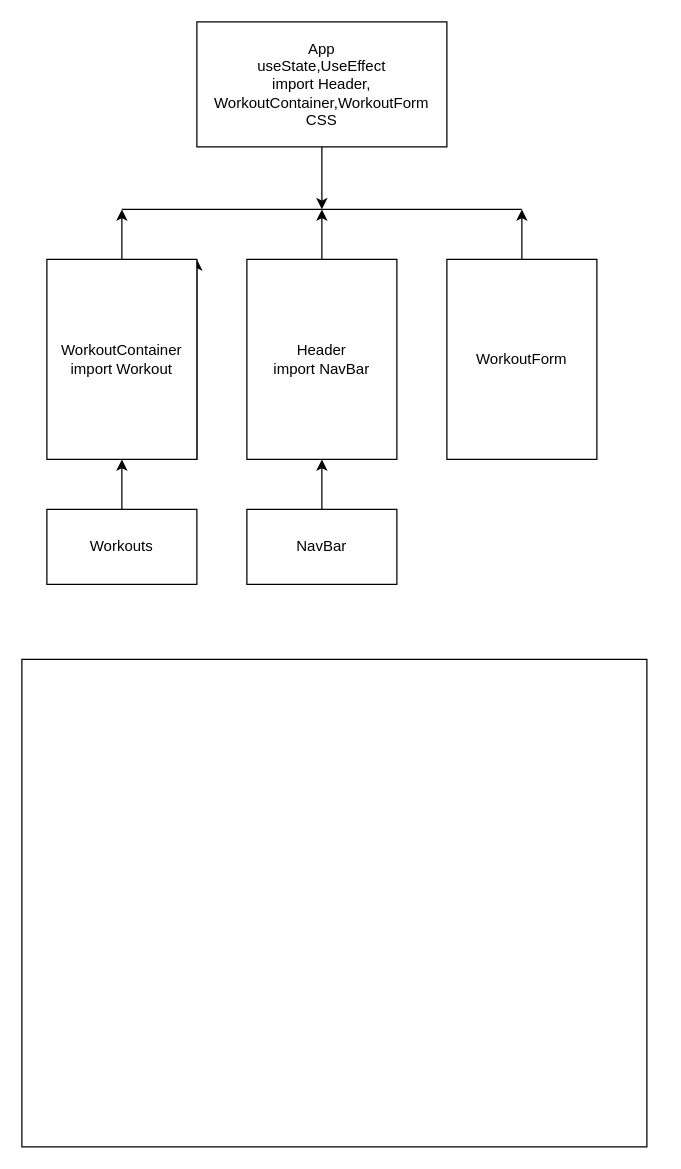
The draw.io diagram .drawio in kennethlatour/Victory-React-Project, before the edit. Source tidied: cells renumbered, new cells numbered last; positions are measured from the earlier drawing's top-left corner, leaving out a move shared by most shapes. Both pictures are drawn from the tidied source at 125%, with x=0, y=0 at pixel (21, 21).
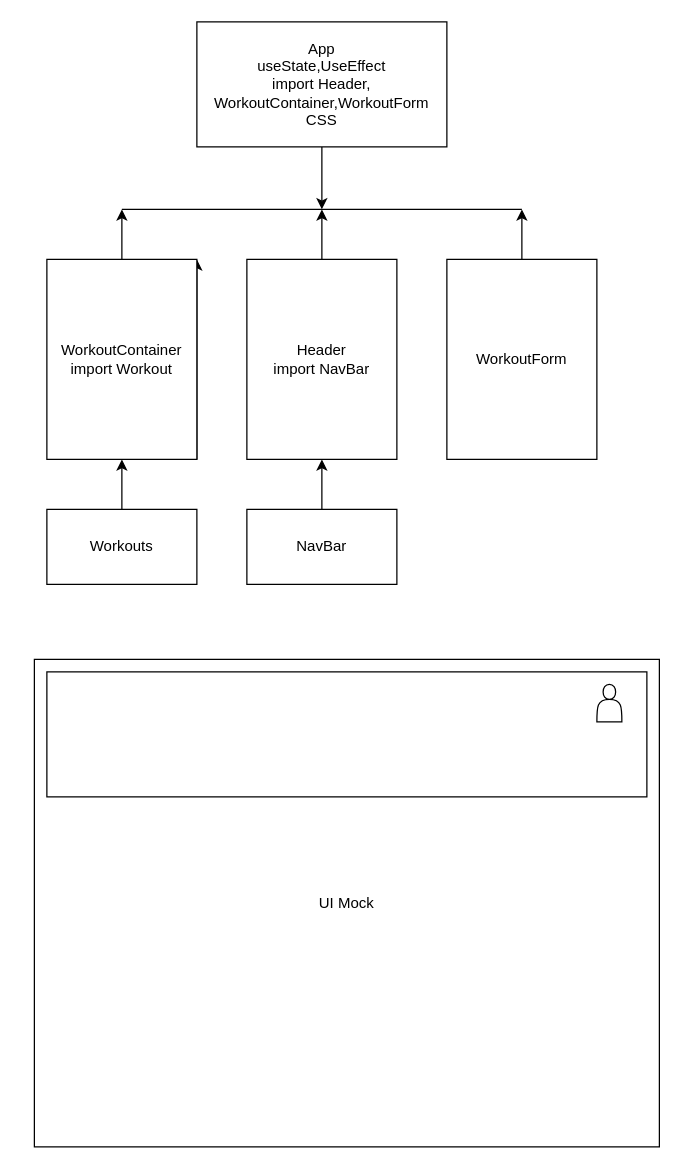
Above is the later version.

Commit message:
added user log -in and NavBar in UI mock

Diff of the diagram source:
```diff
@@
-    <mxCell id="16" style="rounded=0;whiteSpace=wrap;html=1;" parent="1" vertex="1">
-      <mxGeometry y="510" width="500" height="390" as="geometry" />
+    <mxCell id="16" value="UI Mock" style="rounded=0;whiteSpace=wrap;html=1;" parent="1" vertex="1">
+      <mxGeometry x="10" y="510" width="500" height="390" as="geometry" />
     </mxCell>
+    <mxCell id="17" style="rounded=0;whiteSpace=wrap;html=1;" parent="1" vertex="1">
+      <mxGeometry x="20" y="520" width="480" height="100" as="geometry" />
+    </mxCell>
+    <mxCell id="18" style="shape=actor;whiteSpace=wrap;html=1;" parent="1" vertex="1">
+      <mxGeometry x="460" y="530" width="20" height="30" as="geometry" />
+    </mxCell>
```
